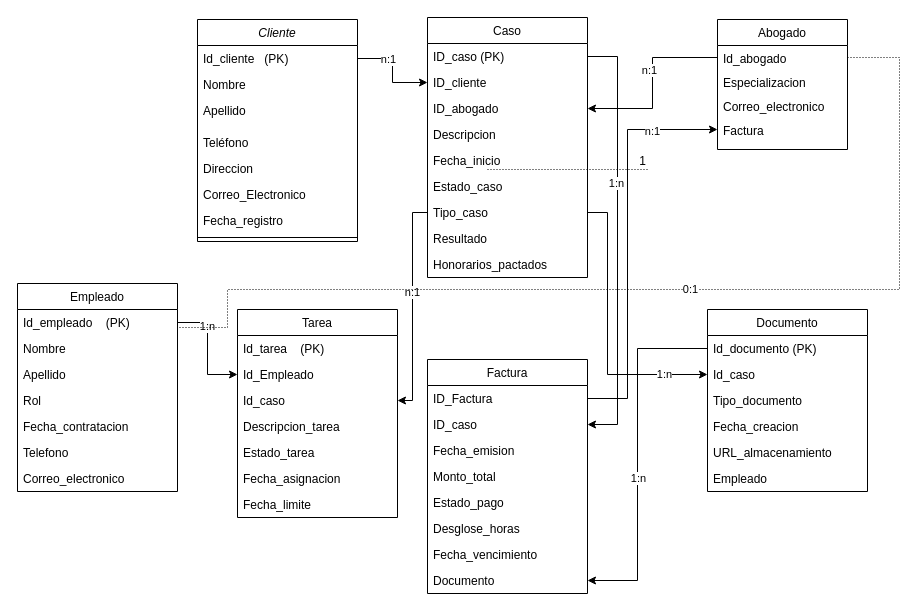
The draw.io diagram AS tp.drawio in Saturno0/Cole_5_2, before the edit. Source tidied: cells renumbered, new cells numbered last; positions are measured from the earlier drawing's top-left corner, leaving out a move shared by most shapes. Both pictures are drawn from the tidied source at 100%, with x=0, y=0 at pixel (17, 17).
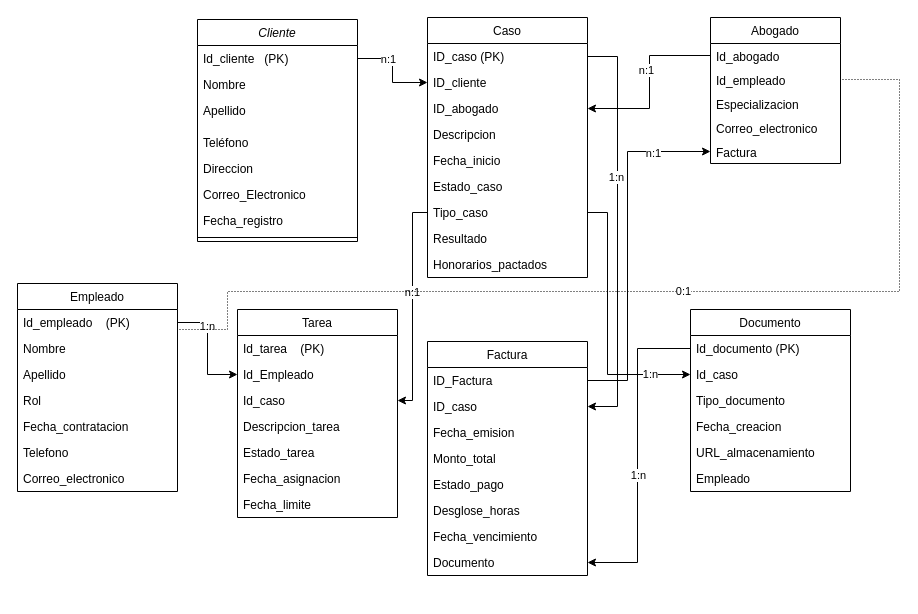
The same diagram, later.

The edit, as a diff of the source:
```diff
@@
     <mxCell id="11" value="Factura" style="swimlane;fontStyle=0;align=center;verticalAlign=top;horizontal=1;startSize=26;rounded=0;shadow=0;strokeWidth=1;" parent="1" vertex="1">
-      <mxGeometry x="410" y="342" width="160" height="234" as="geometry" />
+      <mxGeometry x="410" y="324" width="160" height="234" as="geometry" />
     </mxCell>
@@
     <mxCell id="20" value="Abogado" style="swimlane;fontStyle=0;align=center;verticalAlign=top;horizontal=1;startSize=26;rounded=0;shadow=0;strokeWidth=1;" parent="1" vertex="1">
-      <mxGeometry x="700" y="2" width="130" height="130" as="geometry" />
+      <mxGeometry x="693" width="130" height="146" as="geometry" />
     </mxCell>
@@
+    <mxCell id="80" value="Id_empleado" style="text;align=left;verticalAlign=top;spacingLeft=4;spacingRight=4;overflow=hidden;points=[[0,0.5],[1,0.5]];portConstraint=eastwest;" parent="20" vertex="1">
+      <mxGeometry y="50" width="130" height="24" as="geometry" />
+    </mxCell>
     <mxCell id="22" value="Especializacion" style="text;align=left;verticalAlign=top;spacingLeft=4;spacingRight=4;overflow=hidden;" parent="20" vertex="1">
-      <mxGeometry y="50" width="130" height="24" as="geometry" />
+      <mxGeometry y="74" width="130" height="24" as="geometry" />
     </mxCell>
     <mxCell id="23" value="Correo_electronico" style="text;align=left;verticalAlign=top;spacingLeft=4;spacingRight=4;overflow=hidden;" parent="20" vertex="1">
-      <mxGeometry y="74" width="130" height="24" as="geometry" />
+      <mxGeometry y="98" width="130" height="24" as="geometry" />
     </mxCell>
     <mxCell id="24" value="Factura" style="text;align=left;verticalAlign=top;spacingLeft=4;spacingRight=4;overflow=hidden;points=[[0,0.5],[1,0.5]];portConstraint=eastwest;" parent="20" vertex="1">
-      <mxGeometry y="98" width="130" height="24" as="geometry" />
+      <mxGeometry y="122" width="130" height="24" as="geometry" />
     </mxCell>
@@
     <mxCell id="34" value="Documento" style="swimlane;fontStyle=0;align=center;verticalAlign=top;horizontal=1;startSize=26;rounded=0;shadow=0;strokeWidth=1;" parent="1" vertex="1">
-      <mxGeometry x="690" y="292" width="160" height="182" as="geometry" />
+      <mxGeometry x="673" y="292" width="160" height="182" as="geometry" />
     </mxCell>
@@
-    <mxCell id="75" style="endArrow=none;html=1;rounded=0;dashed=1;dashPattern=1 2;" parent="1" edge="1">
-      <mxGeometry relative="1" as="geometry">
-        <mxPoint x="470" y="152" as="sourcePoint" />
-        <mxPoint x="630" y="152" as="targetPoint" />
-      </mxGeometry>
-    </mxCell>
-    <mxCell id="76" value="1" style="html=1;whiteSpace=wrap;align=right;verticalAlign=bottom;" parent="75" vertex="1">
-      <mxGeometry x="1" relative="1" as="geometry" />
-    </mxCell>
-    <mxCell id="77" style="endArrow=none;html=1;rounded=0;dashed=1;dashPattern=1 2;exitX=1;exitY=0.5;exitDx=0;exitDy=0;entryX=1;entryY=0.5;entryDx=0;entryDy=0;" parent="1" edge="1">
+    <mxCell id="77" style="endArrow=none;html=1;rounded=0;dashed=1;dashPattern=1 2;exitX=1;exitY=0.5;exitDx=0;exitDy=0;entryX=1;entryY=0.5;entryDx=0;entryDy=0;" parent="1" edge="1" target="80">
       <mxGeometry relative="1" as="geometry">
-        <mxPoint x="162" y="310" as="sourcePoint" />
-        <mxPoint x="830" y="40" as="targetPoint" />
+        <mxPoint x="162" y="312" as="sourcePoint" />
         <Array as="points">
-          <mxPoint x="210" y="310" />
-          <mxPoint x="210" y="272" />
-          <mxPoint x="882" y="272" />
-          <mxPoint x="882" y="40" />
+          <mxPoint x="210" y="312" />
+          <mxPoint x="210" y="274" />
+          <mxPoint x="882" y="274" />
+          <mxPoint x="882" y="62" />
         </Array>
       </mxGeometry>
     </mxCell>
```
